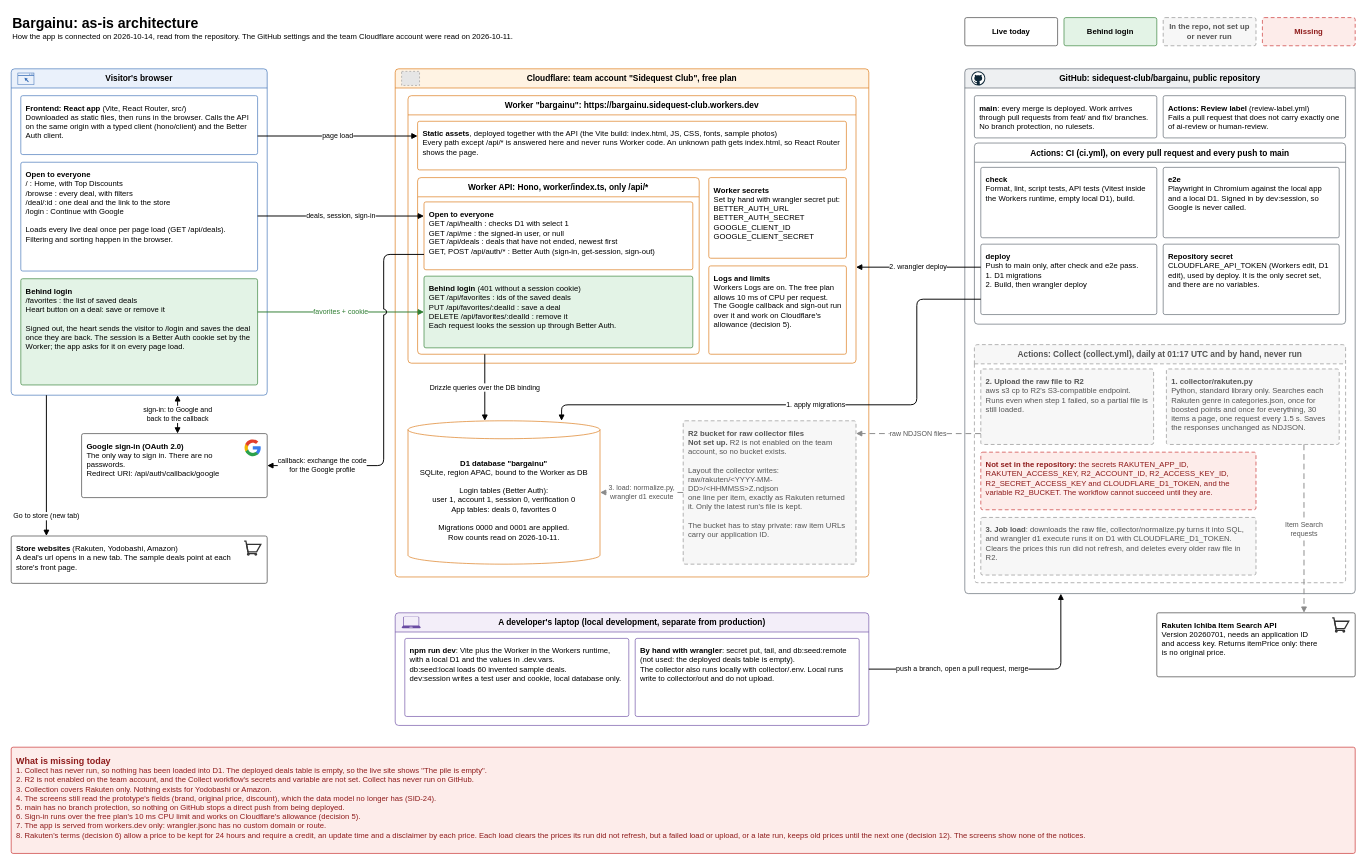
sidequest-club/bargainu keeps this draw.io diagram as docs/architecture/as-is.drawio. Above is the earlier version. Source tidied: cells renumbered, new cells numbered last; positions are measured from the earlier drawing's top-left corner, leaving out a move shared by most shapes. Both pictures are drawn from the tidied source at 64%, with x=0, y=0 at pixel (11, 11). Pictures stored in the file or linked from it are replaced by grey dashed boxes.
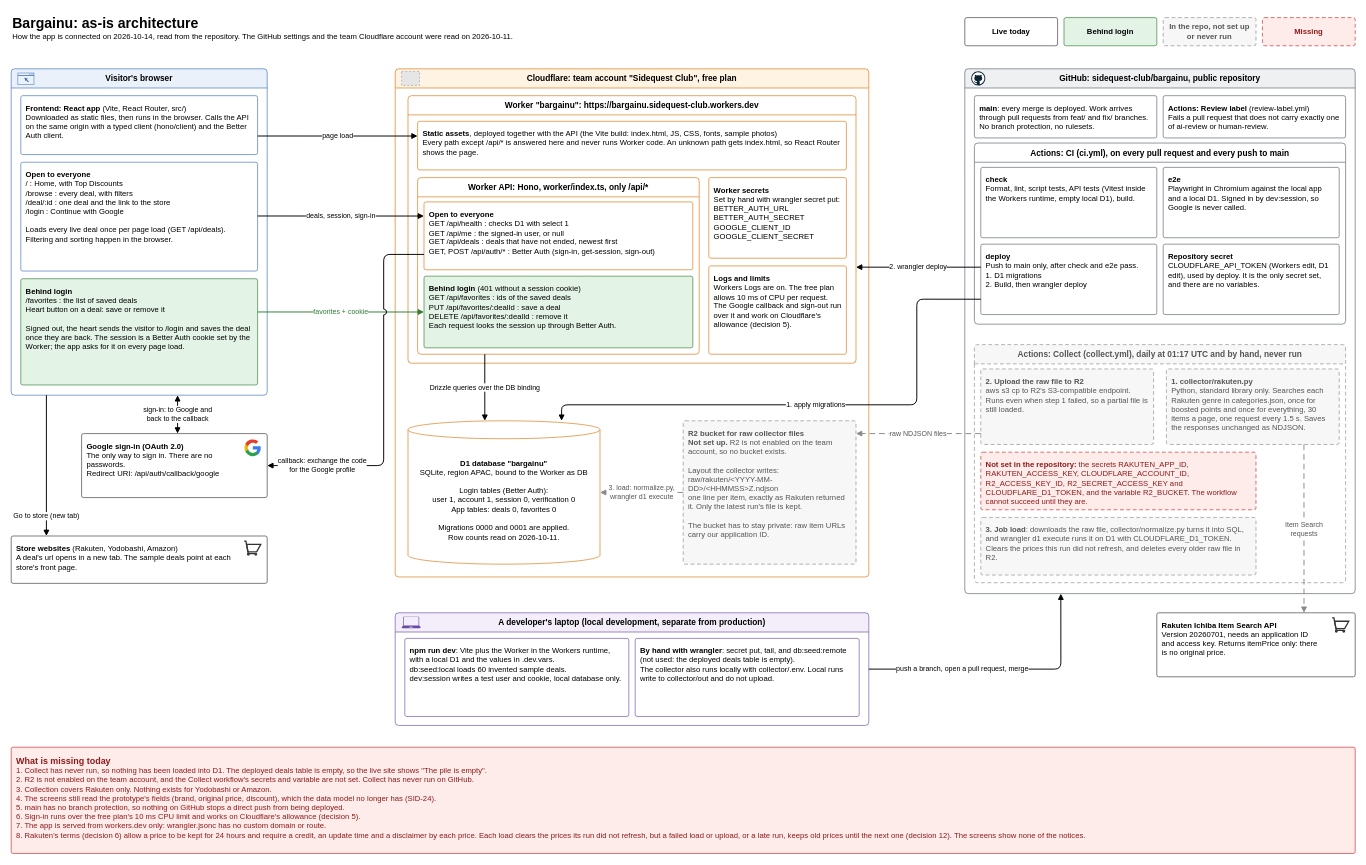
After the change.

Commit message (it also covers changes not shown here):
Read the account ID from the CLOUDFLARE_ACCOUNT_ID secret

The change refers to these unchanged cells:
```xml
<mxCell id="31" value="Actions: Collect (collect.yml), daily at 01:17 UTC and by hand, never run" style="swimlane;startSize=30;fontFamily=Helvetica;fontSize=12;fontSize=13;fontStyle=1;html=1;whiteSpace=wrap;rounded=1;arcSize=6;swimlaneFillColor=default;fillColor=#F7F7F7;strokeColor=#8A8A8A;fontColor=#555555;dashed=1;dashPattern=6 4;" parent="23" vertex="1">
  <mxGeometry x="15" y="431" width="580" height="372" as="geometry" />
</mxCell>
```

What changed in the source:
```diff
@@
-    <mxCell id="34" value="&lt;b&gt;Not set in the repository:&lt;/b&gt; the secrets RAKUTEN_APP_ID, RAKUTEN_ACCESS_KEY, R2_ACCOUNT_ID, R2_ACCESS_KEY_ID, R2_SECRET_ACCESS_KEY and CLOUDFLARE_D1_TOKEN, and the variable R2_BUCKET. The workflow cannot succeed until they are." style="rounded=1;arcSize=6;absoluteArcSize=1;fontFamily=Helvetica;fontSize=12;html=1;whiteSpace=wrap;align=left;verticalAlign=top;spacing=8;fillColor=#FDECEA;strokeColor=#C62828;fontColor=#8E1B1B;dashed=1;dashPattern=6 4;" parent="31" vertex="1">
+    <mxCell id="34" value="&lt;b&gt;Not set in the repository:&lt;/b&gt; the secrets RAKUTEN_APP_ID, RAKUTEN_ACCESS_KEY, CLOUDFLARE_ACCOUNT_ID, R2_ACCESS_KEY_ID, R2_SECRET_ACCESS_KEY and CLOUDFLARE_D1_TOKEN, and the variable R2_BUCKET. The workflow cannot succeed until they are." style="rounded=1;arcSize=6;absoluteArcSize=1;fontFamily=Helvetica;fontSize=12;html=1;whiteSpace=wrap;align=left;verticalAlign=top;spacing=8;fillColor=#FDECEA;strokeColor=#C62828;fontColor=#8E1B1B;dashed=1;dashPattern=6 4;" parent="31" vertex="1">
       <mxGeometry x="10" y="168" width="430" height="90" as="geometry" />
     </mxCell>
```
